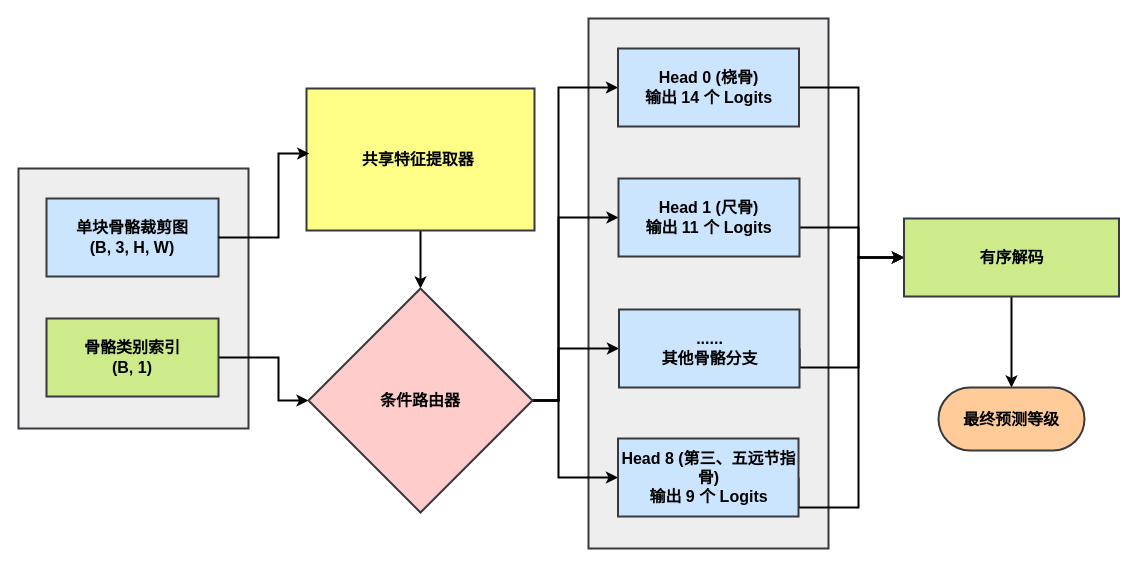
The draw.io diagram 有序回归.drawio in vldzyzy/special-waffle, before the edit. Source tidied: cells renumbered, new cells numbered last; positions are measured from the earlier drawing's top-left corner, leaving out a move shared by most shapes. Both pictures are drawn from the tidied source at 100%, with x=0, y=0 at pixel (18, 18).
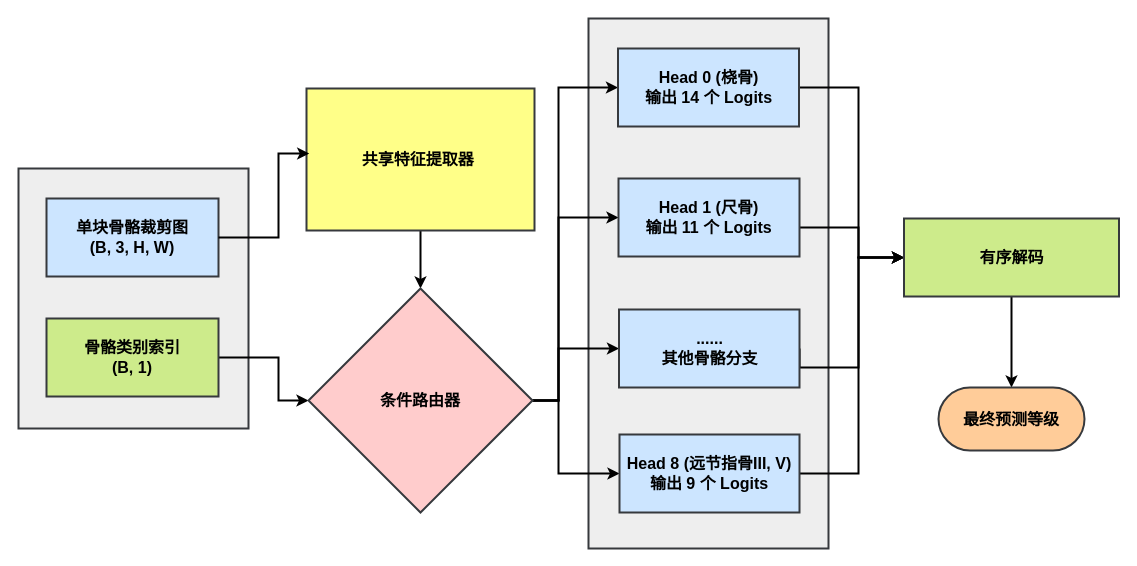
The same page after the edit.

Commit message:
更新有序回归.drawio

The change refers to these unchanged cells:
```xml
<mxCell id="13" value="条件路由器" style="rhombus;strokeWidth=2;whiteSpace=wrap;fontStyle=1;fontSize=16;fillColor=#ffcccc;strokeColor=#36393d;" parent="1" vertex="1">
  <mxGeometry x="290" y="270" width="224" height="224" as="geometry" />
</mxCell>
<mxCell id="23" value="有序解码" style="whiteSpace=wrap;strokeWidth=2;fontStyle=1;fontSize=16;fillColor=#cdeb8b;strokeColor=#36393d;" parent="1" vertex="1">
  <mxGeometry x="885.5" y="200" width="215" height="78" as="geometry" />
</mxCell>
```

What changed in the source:
```diff
@@
-    <mxCell id="12" style="edgeStyle=orthogonalEdgeStyle;rounded=0;jettySize=auto;html=1;exitX=1;exitY=0.5;exitDx=0;exitDy=0;entryX=0;entryY=0.5;entryDx=0;entryDy=0;strokeWidth=2;" parent="1" edge="1" source="13" target="21">
+    <mxCell id="12" style="edgeStyle=orthogonalEdgeStyle;rounded=0;jettySize=auto;html=1;exitX=1;exitY=0.5;exitDx=0;exitDy=0;entryX=0;entryY=0.5;entryDx=0;entryDy=0;fontStyle=1;strokeWidth=2;" parent="1" edge="1" source="13" target="21">
       <mxGeometry relative="1" as="geometry">
         <Array as="points">
           <mxPoint x="540" y="382" />
-          <mxPoint x="540" y="459" />
+          <mxPoint x="540" y="455" />
         </Array>
       </mxGeometry>
     </mxCell>
@@
-    <mxCell id="20" style="edgeStyle=orthogonalEdgeStyle;rounded=0;jettySize=auto;html=1;exitX=1;exitY=0.5;exitDx=0;exitDy=0;entryX=0;entryY=0.5;entryDx=0;entryDy=0;strokeWidth=2;" parent="1" edge="1" source="21" target="23">
+    <mxCell id="20" style="edgeStyle=orthogonalEdgeStyle;rounded=0;jettySize=auto;html=1;entryX=0;entryY=0.5;entryDx=0;entryDy=0;strokeWidth=2;exitX=1;exitY=0.5;exitDx=0;exitDy=0;" parent="1" edge="1" source="21" target="23">
       <mxGeometry relative="1" as="geometry">
         <Array as="points">
-          <mxPoint x="840" y="489" />
+          <mxPoint x="840" y="455" />
           <mxPoint x="840" y="239" />
         </Array>
       </mxGeometry>
     </mxCell>
-    <mxCell id="21" value="Head 8 (第三、五远节指骨)&#10;输出 9 个 Logits" style="whiteSpace=wrap;strokeWidth=2;fontStyle=1;fontSize=16;fillColor=#cce5ff;strokeColor=#36393d;" parent="1" vertex="1">
-      <mxGeometry x="599.5" y="420" width="180.5" height="78" as="geometry" />
+    <mxCell id="21" value="Head 8 (远节指骨III, V)&#10;输出 9 个 Logits" style="whiteSpace=wrap;strokeWidth=2;fontStyle=1;fontSize=16;fillColor=#cce5ff;strokeColor=#36393d;" parent="1" vertex="1">
+      <mxGeometry x="601" y="416" width="180" height="78" as="geometry" />
     </mxCell>
```
